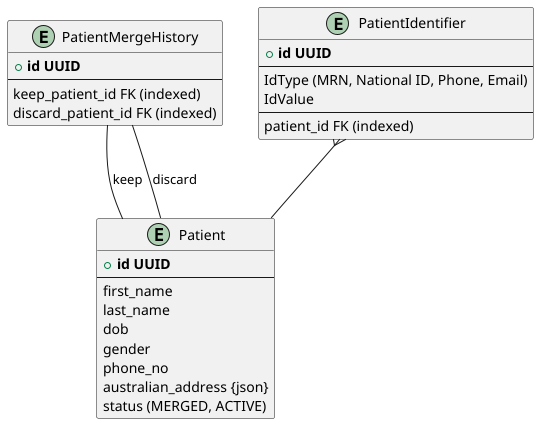
The PlantUML diagram design/Patient.png in ngurahbas/test2, before a commit.
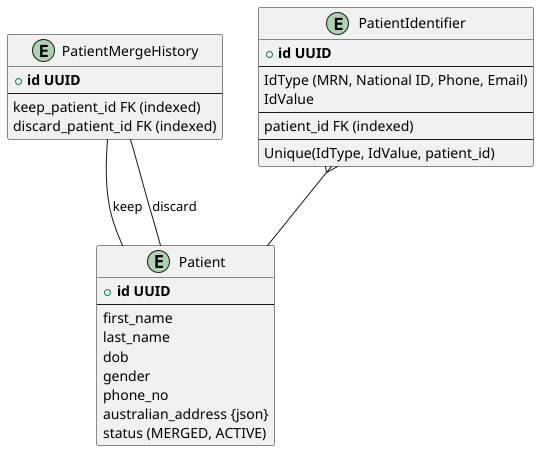
After the commit.

Commit message:
add unique constraint to PatientIdentifier uml

Diff of the diagram source:
```diff
@@ -28,6 +28,8 @@
     IdValue
     --
     patient_id FK (indexed)
+    --
+    Unique(IdType, IdValue, patient_id)
 }
 
 PatientIdentifier }-- Patient
```
